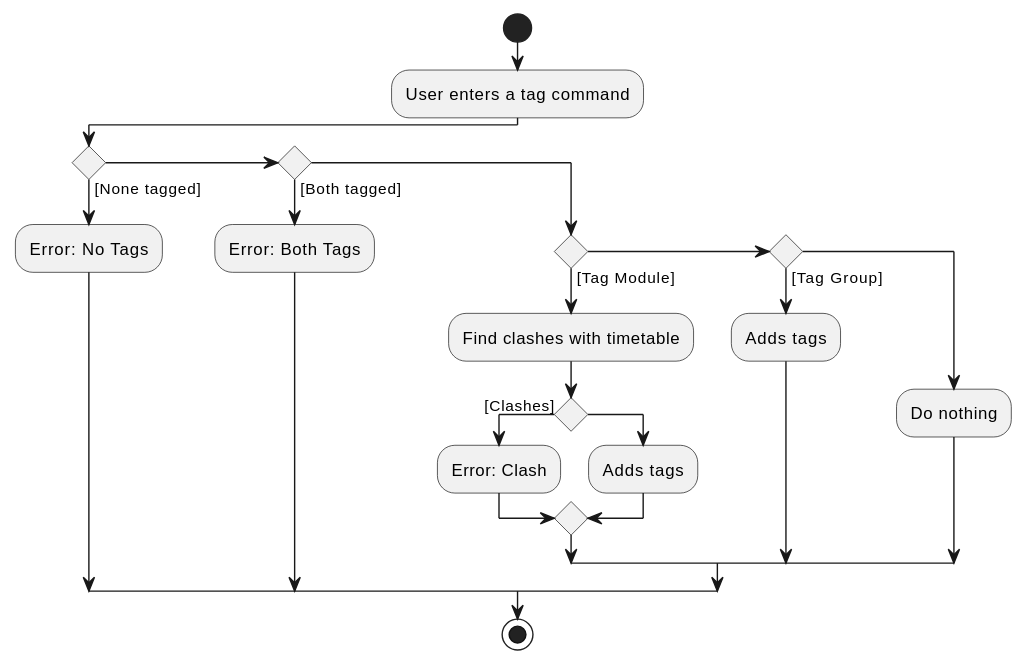
This is docs/images/TagActivityDiagram.svg from nus-cs2103-AY2223S2/tp, a PlantUML export, as it was before one commit.
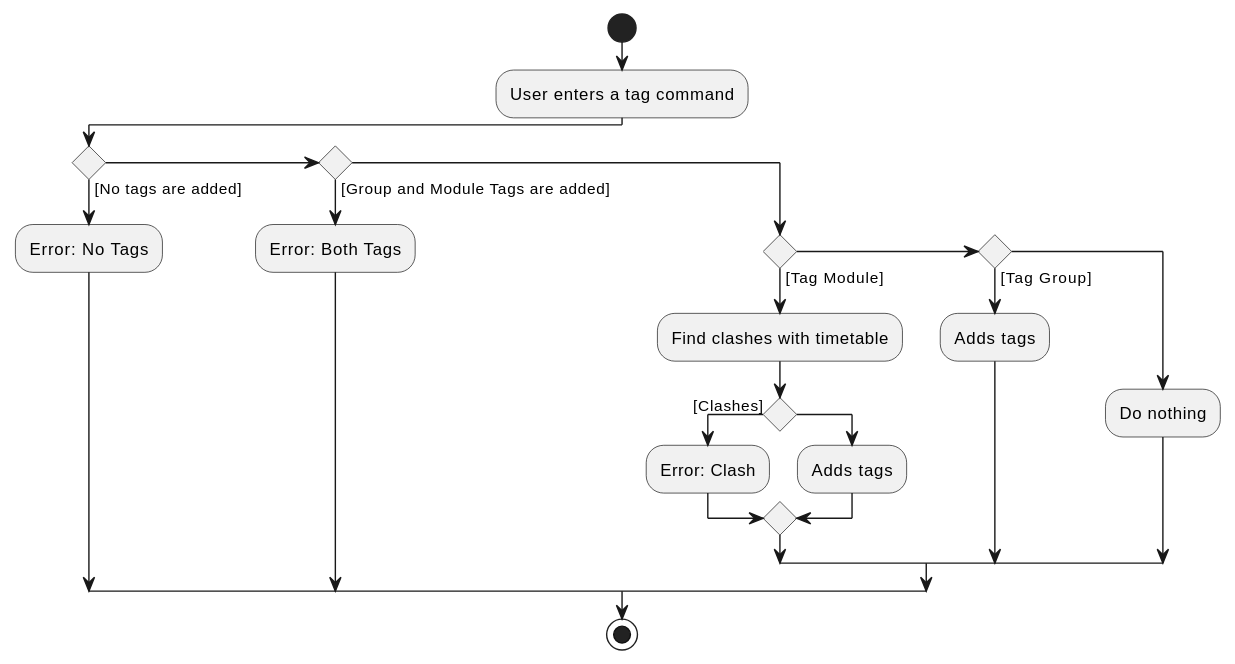
Later version of the same file.

Change to the diagram source:
```diff
@@ -3,10 +3,10 @@
 start
 :User enters a tag command;
 
-if () then ([None tagged])
+if () then ([No tags are added])
     :Error: No Tags;
 
-elseif () then ([Both tagged])
+elseif () then ([Group and Module Tags are added])
     :Error: Both Tags;
 
 else ()
```
